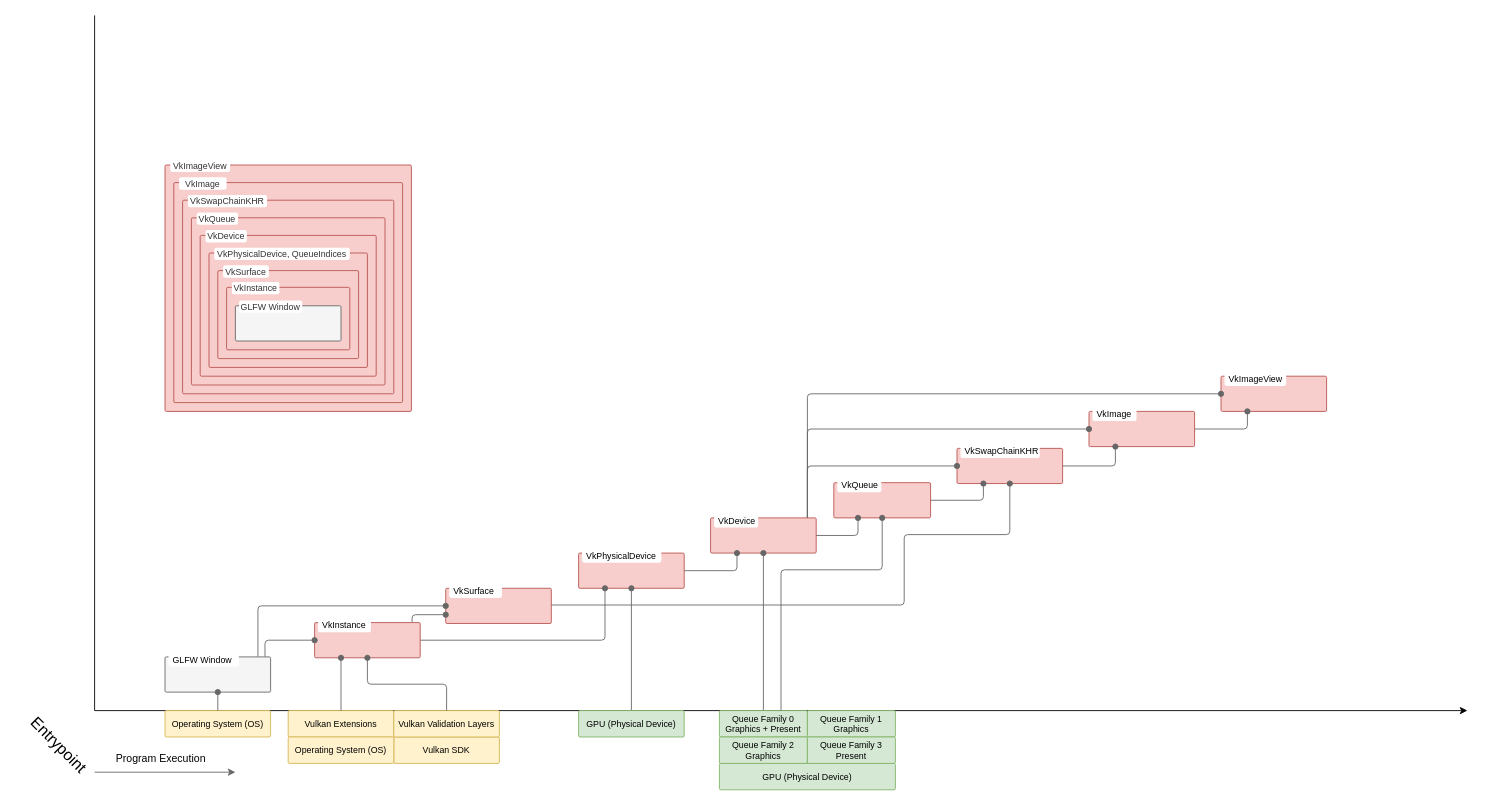
Above: docs/Vulkan.drawio in RutvikPanchal/Swiftcanon (draw.io), before the change. Source tidied: cells renumbered, new cells numbered last; positions are measured from the earlier drawing's top-left corner, leaving out a move shared by most shapes. Both pictures are drawn from the tidied source at 88%, with x=0, y=0 at pixel (14, 15).
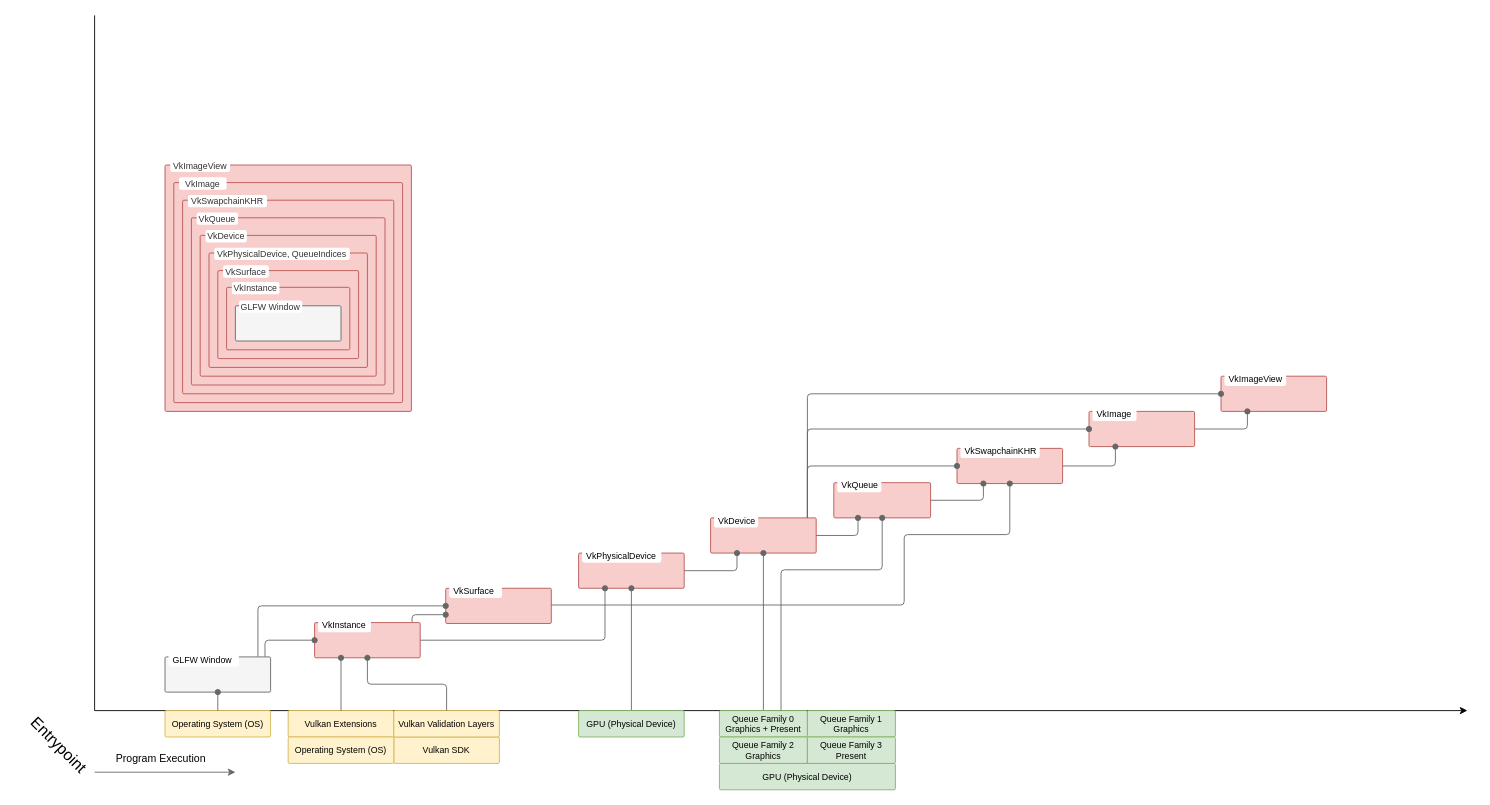
After the change.

The change refers to these unchanged cells:
```xml
<mxCell id="63" style="group;fontSize=9;fontFamily=Helvetica;fontColor=default;" parent="1" vertex="1">
  <mxGeometry x="1071" y="483" width="120" height="49" as="geometry" />
</mxCell>
```

Change to the diagram source:
```diff
@@
-    <mxCell id="7" value="&lt;p style=&quot;line-height: 100%;&quot;&gt;&lt;span style=&quot;color: rgb(51, 51, 51);&quot;&gt;&lt;font style=&quot;font-size: 10px;&quot;&gt;VkSwapChainKHR&lt;/font&gt;&lt;/span&gt;&lt;/p&gt;" style="whiteSpace=wrap;html=1;fillColor=default;strokeColor=none;rounded=1;arcSize=18;align=center;" parent="1" vertex="1">
+    <mxCell id="7" value="&lt;p style=&quot;line-height: 100%;&quot;&gt;&lt;span style=&quot;color: rgb(51, 51, 51);&quot;&gt;&lt;font style=&quot;font-size: 10px;&quot;&gt;VkSwapchainKHR&lt;/font&gt;&lt;/span&gt;&lt;/p&gt;" style="whiteSpace=wrap;html=1;fillColor=default;strokeColor=none;rounded=1;arcSize=18;align=center;" parent="1" vertex="1">
       <mxGeometry x="197" y="204" width="90" height="14" as="geometry" />
     </mxCell>
@@
-    <mxCell id="65" value="&lt;p style=&quot;line-height: 100%; font-size: 10px;&quot;&gt;VkSwapChainKHR&lt;/p&gt;" style="html=1;fillColor=default;strokeColor=none;rounded=1;arcSize=6;align=left;imageWidth=24;spacing=0;spacingLeft=5;labelBorderColor=none;labelBackgroundColor=none;fontColor=default;whiteSpace=wrap;spacingRight=-12;fontSize=10;strokeWidth=0;absoluteArcSize=1;spacingTop=-8;verticalAlign=middle;labelPosition=center;verticalLabelPosition=middle;horizontal=1;spacingBottom=-12;shadow=0;glass=0;fontFamily=Helvetica;" parent="63" vertex="1">
+    <mxCell id="65" value="&lt;p style=&quot;line-height: 100%; font-size: 10px;&quot;&gt;VkSwapchainKHR&lt;/p&gt;" style="html=1;fillColor=default;strokeColor=none;rounded=1;arcSize=6;align=left;imageWidth=24;spacing=0;spacingLeft=5;labelBorderColor=none;labelBackgroundColor=none;fontColor=default;whiteSpace=wrap;spacingRight=-12;fontSize=10;strokeWidth=0;absoluteArcSize=1;spacingTop=-8;verticalAlign=middle;labelPosition=center;verticalLabelPosition=middle;horizontal=1;spacingBottom=-12;shadow=0;glass=0;fontFamily=Helvetica;" parent="63" vertex="1">
       <mxGeometry x="4" width="90" height="20" as="geometry" />
     </mxCell>
```
